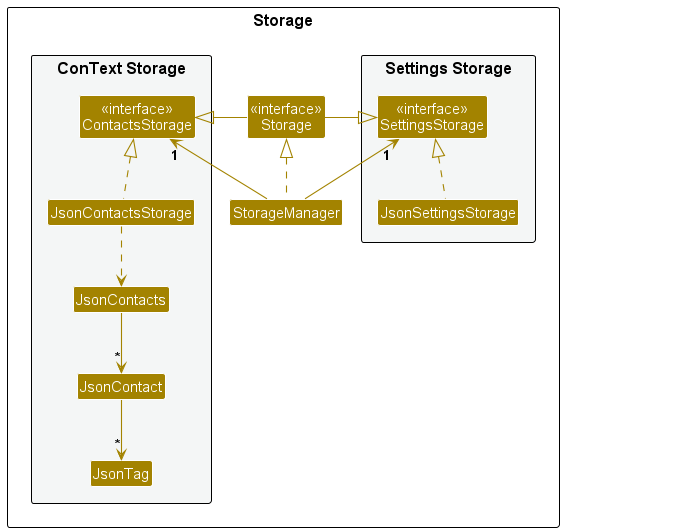
This is docs/images/StorageClassDiagram.png from nus-cs2103-AY2324S1/tp, a PlantUML export, as it was before one commit.
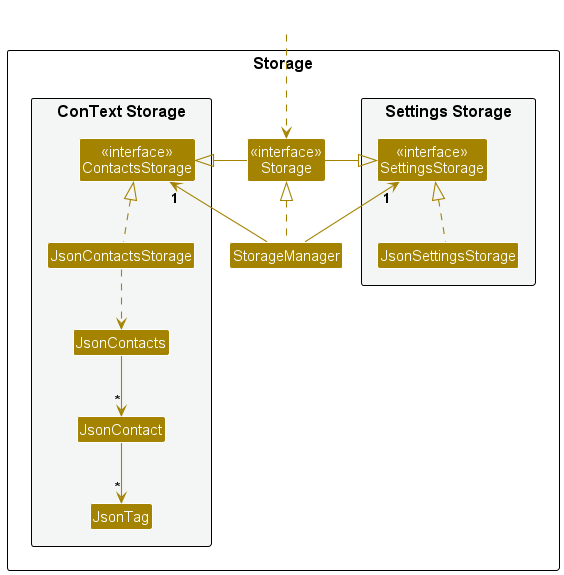
After the change.

Change to the diagram source:
```diff
@@ -25,6 +25,7 @@
 }
 
 Class HiddenOutside #FFFFFF
+HiddenOutside ..> Storage
 
 StorageManager .up.|> Storage
 StorageManager -up-> "1" SettingsStorage
```
